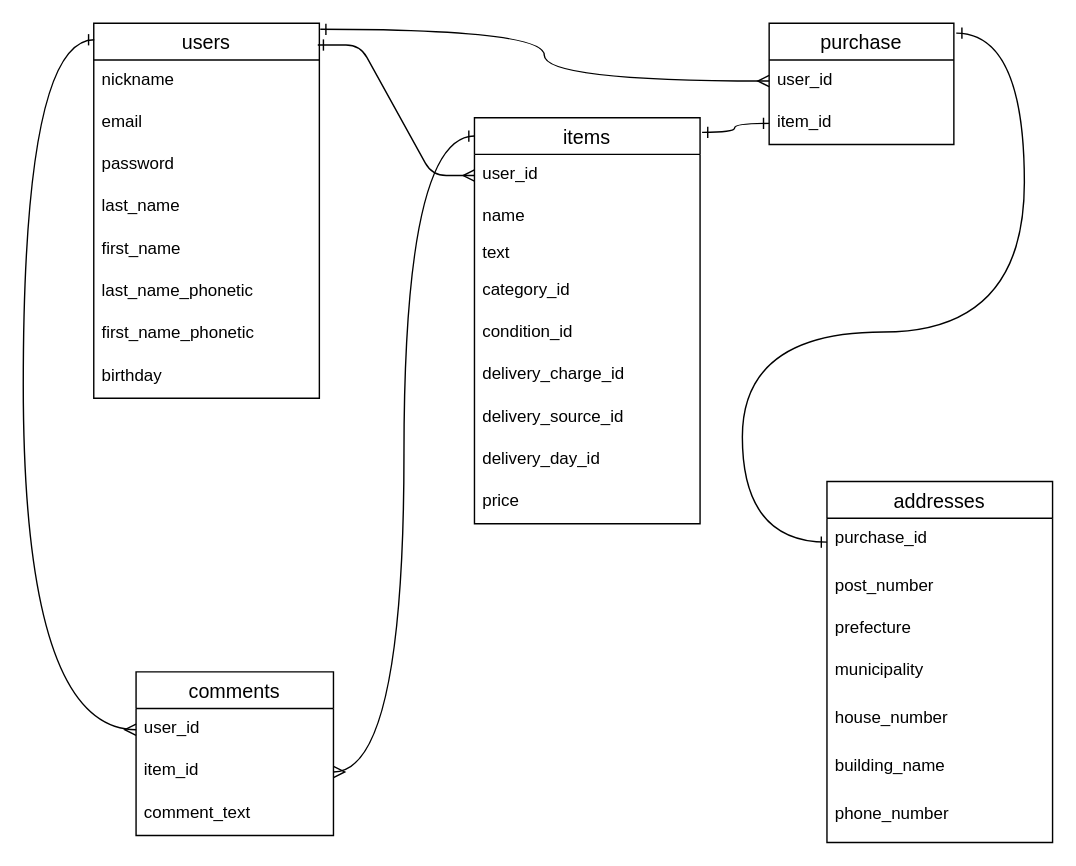
This is ER.dio from norioaks44/Furima-28134, a draw.io file, before an edit. Source tidied: cells renumbered, new cells numbered last; positions are measured from the earlier drawing's top-left corner, leaving out a move shared by most shapes. Both pictures are drawn from the tidied source at 141%, with x=0, y=0 at pixel (23, 23).
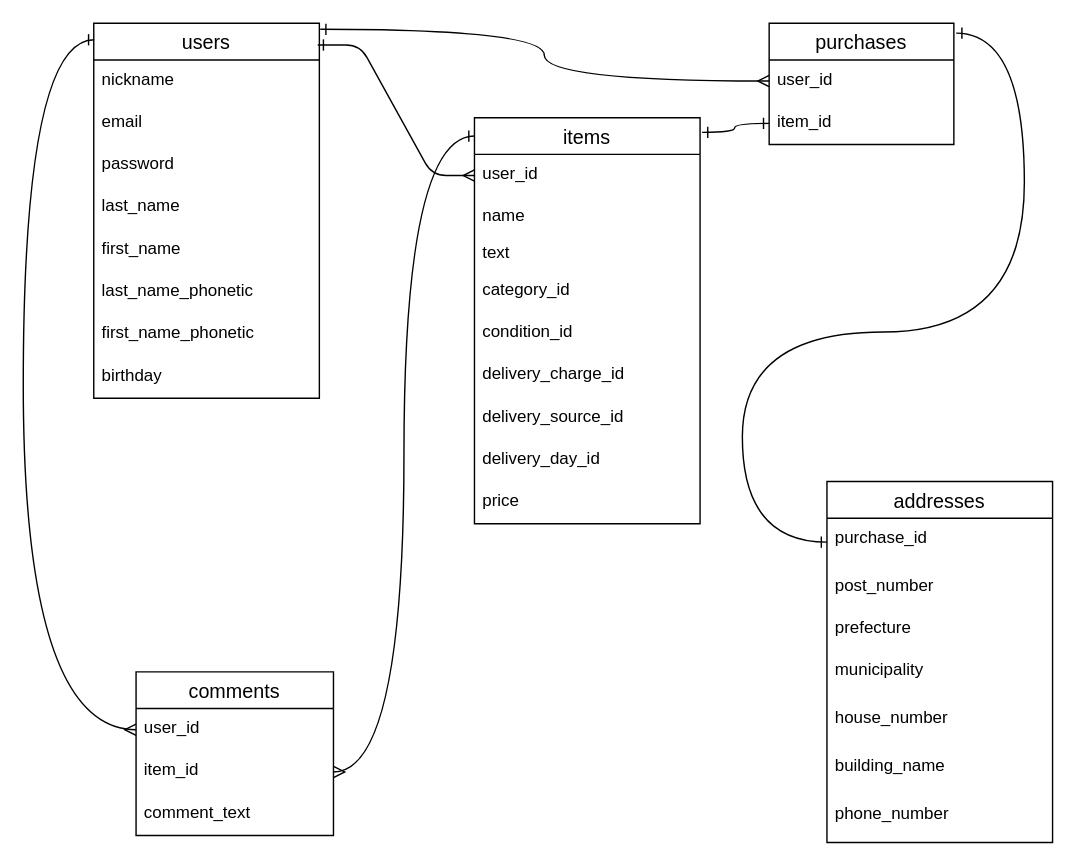
The same diagram, later.

Commit message (it also covers changes not shown here):
Formオブジェクト(user_purchase)作成

The edit, as a diff of the source:
```diff
@@
-    <mxCell id="3" value="purchase" style="swimlane;fontStyle=0;horizontal=1;startSize=26;align=center;fontSize=14;" parent="1" vertex="1">
+    <mxCell id="3" value="purchases" style="swimlane;fontStyle=0;horizontal=1;startSize=26;align=center;fontSize=14;" parent="1" vertex="1">
       <mxGeometry x="529" width="131" height="86" as="geometry" />
     </mxCell>
```
